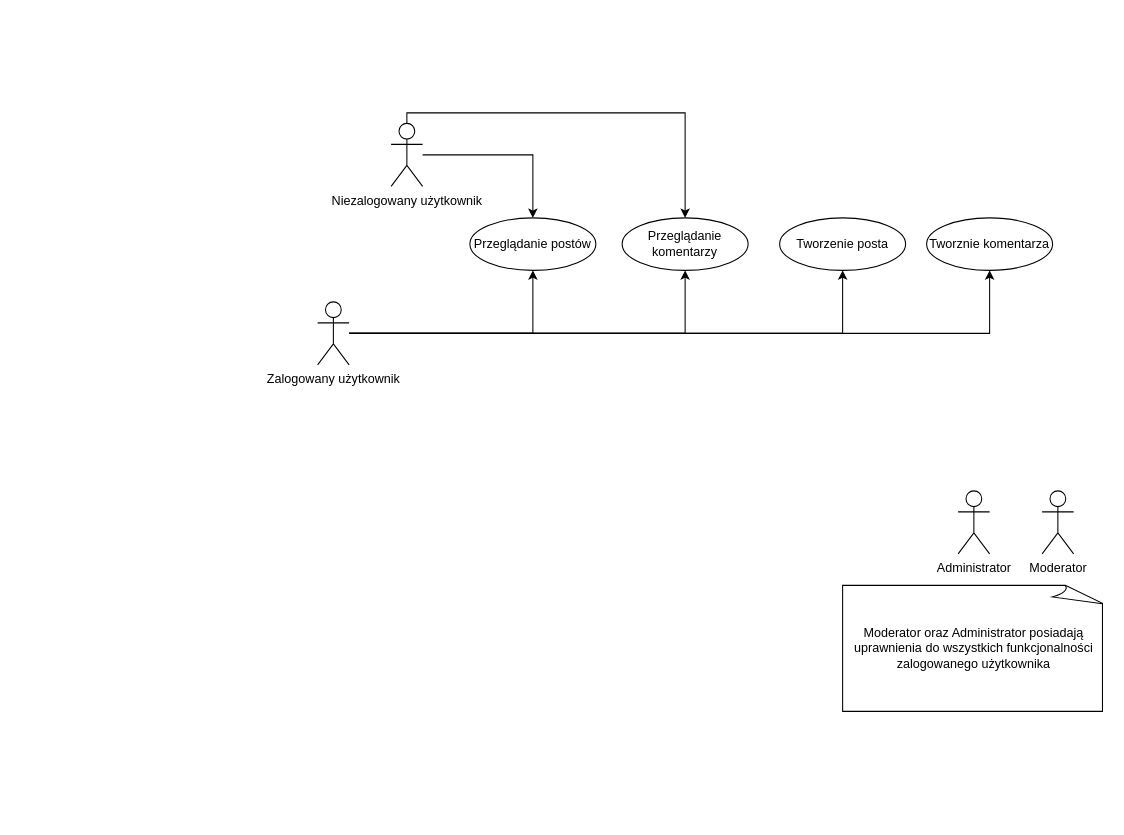
Earlier version of the draw.io diagram Przypadki użycia inżynierka.drawio (MichjuX/UML_Diagrams). Source tidied: cells renumbered, new cells numbered last; positions are measured from the earlier drawing's top-left corner, leaving out a move shared by most shapes. Both pictures are drawn from the tidied source at 105%, with x=0, y=0 at pixel (317, 112).
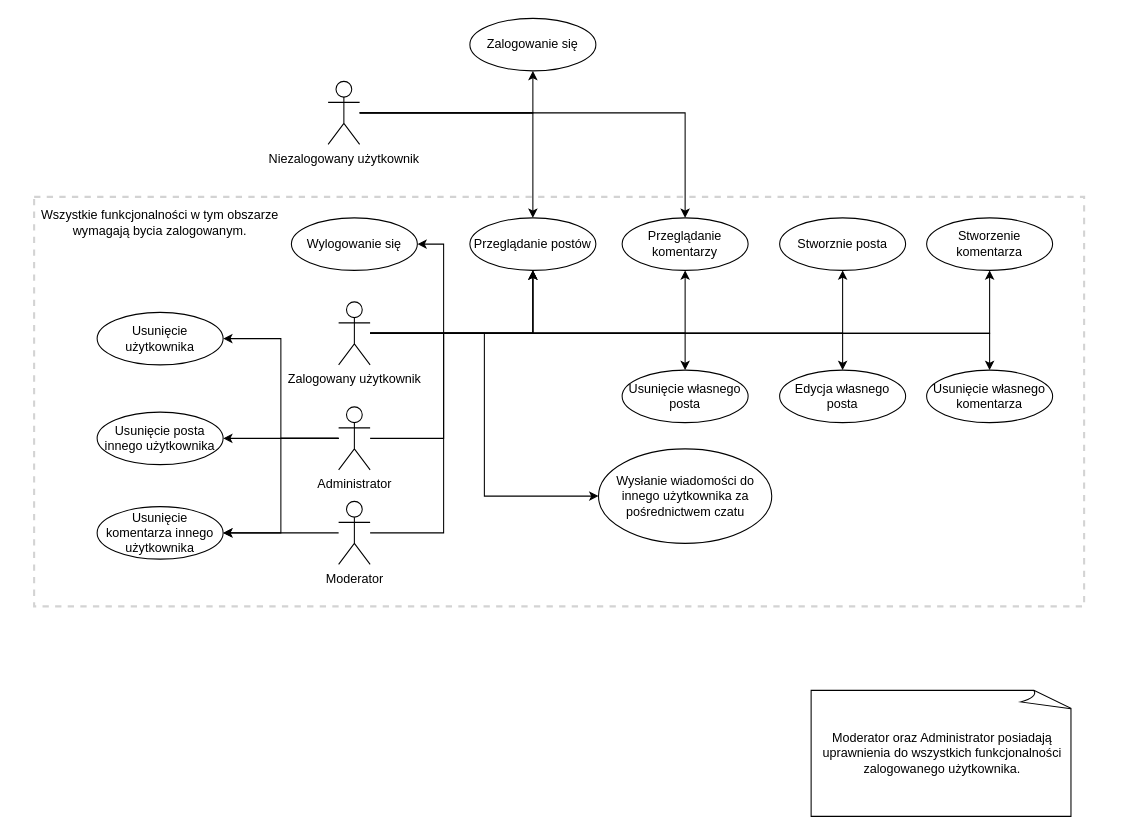
The same diagram, later.

Unchanged cells that the change refers to:
```xml
<mxCell id="12" value="Przeglądanie postów" style="ellipse;whiteSpace=wrap;html=1;" parent="1" vertex="1">
  <mxGeometry x="145" y="100" width="120" height="50" as="geometry" />
</mxCell>
```

Diff of the diagram source:
```diff
@@
+    <mxCell id="17" style="rounded=0;whiteSpace=wrap;html=1;fillColor=none;strokeColor=light-dark(#D3D3D3,#DADADA);strokeWidth=2;dashed=1;" parent="1" vertex="1">
+      <mxGeometry x="-270" y="80" width="1000" height="390" as="geometry" />
+    </mxCell>
@@
+    <mxCell id="18" style="edgeStyle=orthogonalEdgeStyle;rounded=0;jettySize=auto;html=1;entryX=0.5;entryY=1;entryDx=0;entryDy=0;" parent="1" edge="1" source="4" target="38">
+      <mxGeometry relative="1" as="geometry" />
+    </mxCell>
     <mxCell id="4" value="Niezalogowany użytkownik&lt;div&gt;&lt;br&gt;&lt;/div&gt;" style="shape=umlActor;verticalLabelPosition=bottom;verticalAlign=top;html=1;outlineConnect=0;" parent="1" vertex="1">
-      <mxGeometry x="70" y="10" width="30" height="60" as="geometry" />
+      <mxGeometry x="10" y="-30" width="30" height="60" as="geometry" />
     </mxCell>
@@
+    <mxCell id="19" style="edgeStyle=orthogonalEdgeStyle;rounded=0;jettySize=auto;html=1;" parent="1" edge="1" source="9" target="30">
+      <mxGeometry relative="1" as="geometry" />
+    </mxCell>
+    <mxCell id="20" style="edgeStyle=orthogonalEdgeStyle;rounded=0;jettySize=auto;html=1;" parent="1" edge="1" source="9" target="31">
+      <mxGeometry relative="1" as="geometry" />
+    </mxCell>
+    <mxCell id="21" style="edgeStyle=orthogonalEdgeStyle;rounded=0;jettySize=auto;html=1;" parent="1" edge="1" source="9" target="32">
+      <mxGeometry relative="1" as="geometry" />
+    </mxCell>
+    <mxCell id="22" style="edgeStyle=orthogonalEdgeStyle;rounded=0;jettySize=auto;html=1;entryX=0;entryY=0.5;entryDx=0;entryDy=0;" parent="1" edge="1" source="9" target="33">
+      <mxGeometry relative="1" as="geometry" />
+    </mxCell>
+    <mxCell id="23" style="edgeStyle=orthogonalEdgeStyle;rounded=0;jettySize=auto;html=1;entryX=1;entryY=0.5;entryDx=0;entryDy=0;" parent="1" edge="1" source="9" target="39">
+      <mxGeometry relative="1" as="geometry">
+        <Array as="points">
+          <mxPoint x="120" y="210" />
+          <mxPoint x="120" y="125" />
+        </Array>
+      </mxGeometry>
+    </mxCell>
     <mxCell id="9" value="Zalogowany użytkownik&lt;div&gt;&lt;br&gt;&lt;/div&gt;" style="shape=umlActor;verticalLabelPosition=bottom;verticalAlign=top;html=1;outlineConnect=0;" parent="1" vertex="1">
-      <mxGeometry y="180" width="30" height="60" as="geometry" />
+      <mxGeometry x="20" y="180" width="30" height="60" as="geometry" />
     </mxCell>
+    <mxCell id="24" style="edgeStyle=orthogonalEdgeStyle;rounded=0;jettySize=auto;html=1;" parent="1" edge="1" source="10" target="12">
+      <mxGeometry relative="1" as="geometry">
+        <Array as="points">
+          <mxPoint x="120" y="400" />
+          <mxPoint x="120" y="210" />
+          <mxPoint x="205" y="210" />
+        </Array>
+      </mxGeometry>
+    </mxCell>
+    <mxCell id="25" style="edgeStyle=orthogonalEdgeStyle;rounded=0;jettySize=auto;html=1;" parent="1" edge="1" source="10" target="35">
+      <mxGeometry relative="1" as="geometry" />
+    </mxCell>
     <mxCell id="10" value="&lt;div&gt;Moderator&lt;/div&gt;" style="shape=umlActor;verticalLabelPosition=bottom;verticalAlign=top;html=1;outlineConnect=0;" parent="1" vertex="1">
-      <mxGeometry x="690" y="360" width="30" height="60" as="geometry" />
+      <mxGeometry x="20" y="370" width="30" height="60" as="geometry" />
     </mxCell>
+    <mxCell id="26" style="edgeStyle=orthogonalEdgeStyle;rounded=0;jettySize=auto;html=1;" parent="1" edge="1" source="11" target="12">
+      <mxGeometry relative="1" as="geometry">
+        <Array as="points">
+          <mxPoint x="120" y="310" />
+          <mxPoint x="120" y="210" />
+          <mxPoint x="205" y="210" />
+        </Array>
+      </mxGeometry>
+    </mxCell>
+    <mxCell id="27" style="edgeStyle=orthogonalEdgeStyle;rounded=0;jettySize=auto;html=1;" parent="1" edge="1" source="11" target="34">
+      <mxGeometry relative="1" as="geometry" />
+    </mxCell>
+    <mxCell id="28" style="edgeStyle=orthogonalEdgeStyle;rounded=0;jettySize=auto;html=1;entryX=1;entryY=0.5;entryDx=0;entryDy=0;" parent="1" edge="1" source="11" target="35">
+      <mxGeometry relative="1" as="geometry" />
+    </mxCell>
+    <mxCell id="29" style="edgeStyle=orthogonalEdgeStyle;rounded=0;jettySize=auto;html=1;entryX=1;entryY=0.5;entryDx=0;entryDy=0;" parent="1" edge="1" source="11" target="36">
+      <mxGeometry relative="1" as="geometry" />
+    </mxCell>
     <mxCell id="11" value="&lt;div&gt;Administrator&lt;/div&gt;" style="shape=umlActor;verticalLabelPosition=bottom;verticalAlign=top;html=1;outlineConnect=0;" parent="1" vertex="1">
-      <mxGeometry x="610" y="360" width="30" height="60" as="geometry" />
+      <mxGeometry x="20" y="280" width="30" height="60" as="geometry" />
     </mxCell>
@@
-    <mxCell id="14" value="Tworzenie posta" style="ellipse;whiteSpace=wrap;html=1;" parent="1" vertex="1">
+    <mxCell id="14" value="Stworznie posta" style="ellipse;whiteSpace=wrap;html=1;" parent="1" vertex="1">
       <mxGeometry x="440" y="100" width="120" height="50" as="geometry" />
     </mxCell>
-    <mxCell id="15" value="Tworznie komentarza" style="ellipse;whiteSpace=wrap;html=1;" parent="1" vertex="1">
+    <mxCell id="15" value="Stworzenie komentarza" style="ellipse;whiteSpace=wrap;html=1;" parent="1" vertex="1">
       <mxGeometry x="580" y="100" width="120" height="50" as="geometry" />
     </mxCell>
-    <mxCell id="16" value="Moderator oraz Administrator posiadają uprawnienia do wszystkich funkcjonalności zalogowanego użytkownika" style="whiteSpace=wrap;html=1;shape=mxgraph.basic.document;" parent="1" vertex="1">
-      <mxGeometry x="500" y="450" width="250" height="120" as="geometry" />
+    <mxCell id="16" value="Moderator oraz Administrator posiadają uprawnienia do wszystkich funkcjonalności zalogowanego użytkownika." style="whiteSpace=wrap;html=1;shape=mxgraph.basic.document;" parent="1" vertex="1">
+      <mxGeometry x="470" y="550" width="250" height="120" as="geometry" />
     </mxCell>
+    <mxCell id="30" value="Edycja własnego posta" style="ellipse;whiteSpace=wrap;html=1;" parent="1" vertex="1">
+      <mxGeometry x="440" y="245" width="120" height="50" as="geometry" />
+    </mxCell>
+    <mxCell id="31" value="Usunięcie własnego posta" style="ellipse;whiteSpace=wrap;html=1;" parent="1" vertex="1">
+      <mxGeometry x="290" y="245" width="120" height="50" as="geometry" />
+    </mxCell>
+    <mxCell id="32" value="Usunięcie własnego komentarza" style="ellipse;whiteSpace=wrap;html=1;" parent="1" vertex="1">
+      <mxGeometry x="580" y="245" width="120" height="50" as="geometry" />
+    </mxCell>
+    <mxCell id="33" value="Wysłanie wiadomości do innego użytkownika za pośrednictwem czatu" style="ellipse;whiteSpace=wrap;html=1;" parent="1" vertex="1">
+      <mxGeometry x="267.5" y="320" width="165" height="90" as="geometry" />
+    </mxCell>
+    <mxCell id="34" value="Usunięcie posta innego użytkownika" style="ellipse;whiteSpace=wrap;html=1;" parent="1" vertex="1">
+      <mxGeometry x="-210" y="285" width="120" height="50" as="geometry" />
+    </mxCell>
+    <mxCell id="35" value="Usunięcie komentarza innego użytkownika" style="ellipse;whiteSpace=wrap;html=1;" parent="1" vertex="1">
+      <mxGeometry x="-210" y="375" width="120" height="50" as="geometry" />
+    </mxCell>
+    <mxCell id="36" value="Usunięcie użytkownika" style="ellipse;whiteSpace=wrap;html=1;" parent="1" vertex="1">
+      <mxGeometry x="-210" y="190" width="120" height="50" as="geometry" />
+    </mxCell>
+    <mxCell id="37" value="Wszystkie funkcjonalności w tym obszarze wymagają bycia zalogowanym." style="text;html=1;whiteSpace=wrap;strokeColor=none;fillColor=none;align=center;verticalAlign=middle;rounded=0;" parent="1" vertex="1">
+      <mxGeometry x="-285" y="90" width="270" height="30" as="geometry" />
+    </mxCell>
+    <mxCell id="38" value="Zalogowanie się" style="ellipse;whiteSpace=wrap;html=1;" parent="1" vertex="1">
+      <mxGeometry x="145" y="-90" width="120" height="50" as="geometry" />
+    </mxCell>
+    <mxCell id="39" value="Wylogowanie się" style="ellipse;whiteSpace=wrap;html=1;" parent="1" vertex="1">
+      <mxGeometry x="-25" y="100" width="120" height="50" as="geometry" />
+    </mxCell>
```
